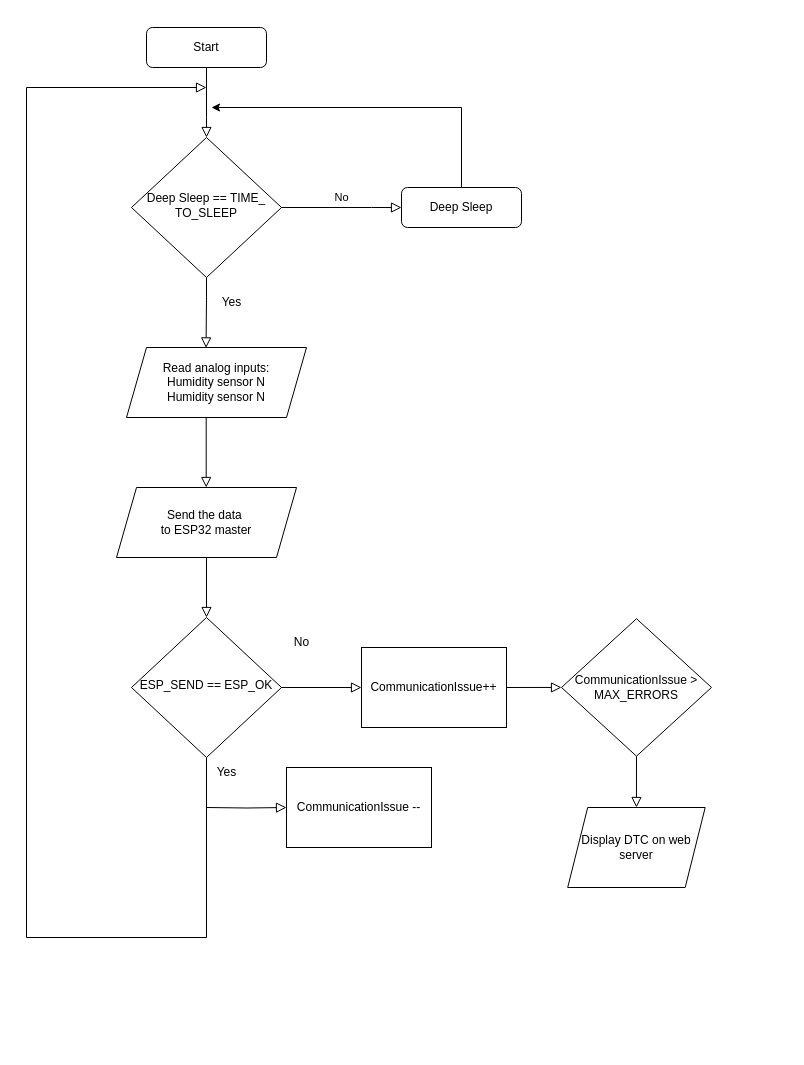
Earlier version of the draw.io diagram Diagrama sin título.drawio (Luisalva244/ProyectoIMTC). Source tidied: cells renumbered, new cells numbered last; positions are measured from the earlier drawing's top-left corner, leaving out a move shared by most shapes. Both pictures are drawn from the tidied source at 100%, with x=0, y=0 at pixel (26, 27).
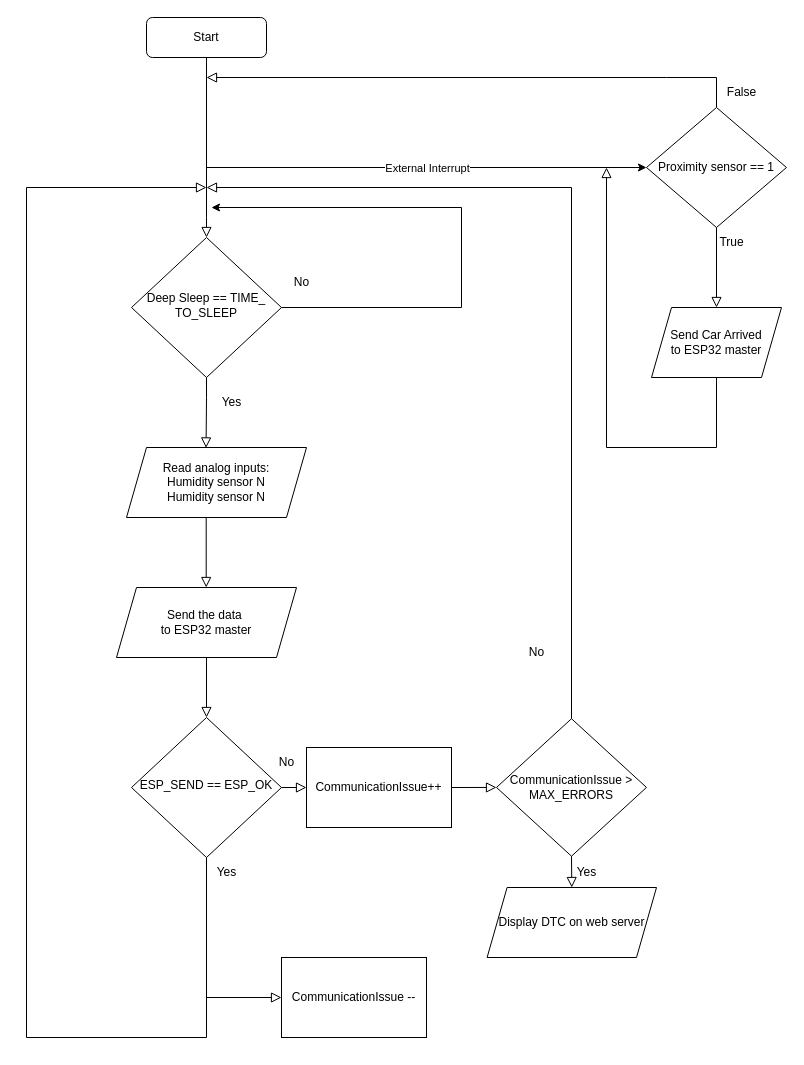
The same diagram, later.

What changed in the source:
```diff
@@
     <mxCell id="2" style="rounded=0;html=1;jettySize=auto;fontSize=11;endArrow=block;endFill=0;endSize=8;strokeWidth=1;shadow=0;labelBackgroundColor=none;edgeStyle=orthogonalEdgeStyle;" parent="1" edge="1" source="3" target="5">
       <mxGeometry relative="1" as="geometry">
         <Array as="points">
-          <mxPoint x="180" y="90" />
-          <mxPoint x="180" y="90" />
+          <mxPoint x="180" y="190" />
+          <mxPoint x="180" y="190" />
         </Array>
       </mxGeometry>
     </mxCell>
     <mxCell id="3" value="Start" style="rounded=1;whiteSpace=wrap;html=1;fontSize=12;glass=0;strokeWidth=1;shadow=0;" parent="1" vertex="1">
-      <mxGeometry x="120" width="120" height="40" as="geometry" />
+      <mxGeometry x="120" y="-10" width="120" height="40" as="geometry" />
     </mxCell>
-    <mxCell id="4" value="No" style="edgeStyle=orthogonalEdgeStyle;rounded=0;html=1;jettySize=auto;fontSize=11;endArrow=block;endFill=0;endSize=8;strokeWidth=1;shadow=0;labelBackgroundColor=none;" parent="1" edge="1" source="5" target="6">
-      <mxGeometry y="10" relative="1" as="geometry">
-        <Array as="points">
-          <mxPoint x="345" y="180" />
-          <mxPoint x="345" y="180" />
-        </Array>
-      </mxGeometry>
-    </mxCell>
     <mxCell id="5" value="Deep Sleep == TIME_&lt;div&gt;TO_SLEEP&lt;/div&gt;" style="rhombus;whiteSpace=wrap;html=1;shadow=0;fontFamily=Helvetica;fontSize=12;align=center;strokeWidth=1;spacing=6;spacingTop=-4;" parent="1" vertex="1">
-      <mxGeometry x="105" y="110" width="150" height="140" as="geometry" />
+      <mxGeometry x="105" y="210" width="150" height="140" as="geometry" />
     </mxCell>
-    <mxCell id="6" value="Deep Sleep" style="rounded=1;whiteSpace=wrap;html=1;fontSize=12;glass=0;strokeWidth=1;shadow=0;" parent="1" vertex="1">
-      <mxGeometry x="375" y="160" width="120" height="40" as="geometry" />
-    </mxCell>
     <mxCell id="7" value="&lt;div&gt;&lt;br&gt;&lt;/div&gt;Read analog inputs:&lt;div&gt;Humidity sensor N&lt;/div&gt;&lt;div&gt;Humidity sensor N&lt;/div&gt;&lt;div&gt;&lt;br&gt;&lt;/div&gt;" style="shape=parallelogram;perimeter=parallelogramPerimeter;whiteSpace=wrap;html=1;fixedSize=1;" parent="1" vertex="1">
-      <mxGeometry x="100" y="320" width="180" height="70" as="geometry" />
+      <mxGeometry x="100" y="420" width="180" height="70" as="geometry" />
     </mxCell>
-    <mxCell id="8" style="endArrow=none;html=1;rounded=0;exitX=0.5;exitY=0;exitDx=0;exitDy=0;" parent="1" edge="1" source="6">
+    <mxCell id="8" style="endArrow=none;html=1;rounded=0;exitX=1;exitY=0.5;exitDx=0;exitDy=0;" parent="1" edge="1" source="5">
       <mxGeometry relative="1" as="geometry">
-        <mxPoint x="435" y="80" as="targetPoint" />
+        <mxPoint x="435" y="180" as="targetPoint" />
+        <Array as="points">
+          <mxPoint x="435" y="280" />
+        </Array>
       </mxGeometry>
     </mxCell>
     <mxCell id="9" style="endArrow=classic;html=1;rounded=0;" parent="1" edge="1">
       <mxGeometry relative="1" as="geometry">
-        <mxPoint x="435" y="80" as="sourcePoint" />
-        <mxPoint x="185" y="80" as="targetPoint" />
+        <mxPoint x="435" y="180" as="sourcePoint" />
+        <mxPoint x="185" y="180" as="targetPoint" />
       </mxGeometry>
     </mxCell>
     <mxCell id="10" value="Send the data&amp;nbsp;&lt;div&gt;to ESP32 master&lt;/div&gt;" style="shape=parallelogram;perimeter=parallelogramPerimeter;whiteSpace=wrap;html=1;fixedSize=1;" parent="1" vertex="1">
-      <mxGeometry x="90" y="460" width="180" height="70" as="geometry" />
+      <mxGeometry x="90" y="560" width="180" height="70" as="geometry" />
     </mxCell>
     <mxCell id="11" value="ESP_SEND == ESP_OK" style="rhombus;whiteSpace=wrap;html=1;shadow=0;fontFamily=Helvetica;fontSize=12;align=center;strokeWidth=1;spacing=6;spacingTop=-4;" parent="1" vertex="1">
-      <mxGeometry x="105" y="590" width="150" height="140" as="geometry" />
+      <mxGeometry x="105" y="690" width="150" height="140" as="geometry" />
     </mxCell>
@@
     <mxCell id="13" style="rounded=0;html=1;jettySize=auto;fontSize=11;endArrow=block;endFill=0;endSize=8;strokeWidth=1;shadow=0;labelBackgroundColor=none;edgeStyle=orthogonalEdgeStyle;exitX=0.5;exitY=1;exitDx=0;exitDy=0;entryX=0.5;entryY=0;entryDx=0;entryDy=0;" parent="1" edge="1" source="7">
       <mxGeometry x="-0.72" y="25" relative="1" as="geometry">
-        <mxPoint x="179.7" y="460" as="targetPoint" />
+        <mxPoint x="179.7" y="560" as="targetPoint" />
         <Array as="points">
-          <mxPoint x="180" y="390" />
+          <mxPoint x="180" y="490" />
         </Array>
       </mxGeometry>
     </mxCell>
     <mxCell id="14" style="rounded=0;html=1;jettySize=auto;fontSize=11;endArrow=block;endFill=0;endSize=8;strokeWidth=1;shadow=0;labelBackgroundColor=none;edgeStyle=orthogonalEdgeStyle;entryX=0.442;entryY=0.006;entryDx=0;entryDy=0;exitX=0.5;exitY=1;exitDx=0;exitDy=0;entryPerimeter=0;" parent="1" edge="1" source="5" target="7">
       <mxGeometry x="-0.72" y="25" relative="1" as="geometry">
         <Array as="points">
-          <mxPoint x="180" y="270" />
-          <mxPoint x="180" y="270" />
+          <mxPoint x="180" y="370" />
+          <mxPoint x="180" y="370" />
         </Array>
       </mxGeometry>
     </mxCell>
     <mxCell id="15" value="Yes" style="text;html=1;align=center;verticalAlign=middle;strokeColor=none;fillColor=none;" parent="1" vertex="1">
-      <mxGeometry x="185" y="260" width="40" height="30" as="geometry" />
+      <mxGeometry x="185" y="360" width="40" height="30" as="geometry" />
     </mxCell>
     <mxCell id="16" style="rounded=0;html=1;jettySize=auto;fontSize=11;endArrow=block;endFill=0;endSize=8;strokeWidth=1;shadow=0;labelBackgroundColor=none;edgeStyle=orthogonalEdgeStyle;exitX=0.5;exitY=1;exitDx=0;exitDy=0;" parent="1" edge="1" source="11">
       <mxGeometry x="-0.72" y="25" relative="1" as="geometry">
-        <mxPoint x="180" y="60" as="targetPoint" />
+        <mxPoint x="180" y="160" as="targetPoint" />
         <Array as="points">
-          <mxPoint x="180" y="910" />
-          <mxPoint y="910" />
+          <mxPoint x="180" y="1010" />
+          <mxPoint y="1010" />
         </Array>
       </mxGeometry>
     </mxCell>
     <mxCell id="17" value="No" style="text;html=1;align=center;verticalAlign=middle;strokeColor=none;fillColor=none;" parent="1" vertex="1">
-      <mxGeometry x="255" y="600" width="40" height="30" as="geometry" />
+      <mxGeometry x="240" y="720" width="40" height="30" as="geometry" />
     </mxCell>
@@
     <mxCell id="19" value="CommunicationIssue++" style="rounded=0;whiteSpace=wrap;html=1;" parent="1" vertex="1">
-      <mxGeometry x="335" y="620" width="145" height="80" as="geometry" />
+      <mxGeometry x="280" y="720" width="145" height="80" as="geometry" />
     </mxCell>
@@
     <mxCell id="21" value="CommunicationIssue &amp;gt; MAX_ERRORS" style="rhombus;whiteSpace=wrap;html=1;" parent="1" vertex="1">
-      <mxGeometry x="535" y="591.2" width="150" height="137.5" as="geometry" />
+      <mxGeometry x="470" y="691.2" width="150" height="137.5" as="geometry" />
     </mxCell>
@@
     <mxCell id="23" value="Display DTC on web server" style="shape=parallelogram;perimeter=parallelogramPerimeter;whiteSpace=wrap;html=1;fixedSize=1;" parent="1" vertex="1">
-      <mxGeometry x="541.2" y="780" width="137.5" height="80" as="geometry" />
+      <mxGeometry x="460.6" y="860" width="169.4" height="70" as="geometry" />
     </mxCell>
     <mxCell id="24" value="Yes" style="text;html=1;align=center;verticalAlign=middle;strokeColor=none;fillColor=none;" parent="1" vertex="1">
-      <mxGeometry x="180" y="730" width="40" height="30" as="geometry" />
+      <mxGeometry x="180" y="830" width="40" height="30" as="geometry" />
     </mxCell>
     <mxCell id="25" style="rounded=0;html=1;jettySize=auto;fontSize=11;endArrow=block;endFill=0;endSize=8;strokeWidth=1;shadow=0;labelBackgroundColor=none;edgeStyle=orthogonalEdgeStyle;exitX=1;exitY=0.5;exitDx=0;exitDy=0;entryX=0;entryY=0.5;entryDx=0;entryDy=0;" parent="1" edge="1" target="26">
       <mxGeometry x="-0.72" y="25" relative="1" as="geometry">
-        <mxPoint x="180" y="780" as="sourcePoint" />
+        <mxPoint x="180" y="880" as="sourcePoint" />
+        <Array as="points">
+          <mxPoint x="180" y="970" />
+        </Array>
       </mxGeometry>
     </mxCell>
     <mxCell id="26" value="CommunicationIssue --" style="rounded=0;whiteSpace=wrap;html=1;" parent="1" vertex="1">
-      <mxGeometry x="260" y="740" width="145" height="80" as="geometry" />
+      <mxGeometry x="255" y="930" width="145" height="80" as="geometry" />
     </mxCell>
+    <mxCell id="27" value="No" style="text;html=1;align=center;verticalAlign=middle;strokeColor=none;fillColor=none;" parent="1" vertex="1">
+      <mxGeometry x="255" y="240" width="40" height="30" as="geometry" />
+    </mxCell>
+    <mxCell id="28" value="Yes" style="text;html=1;align=center;verticalAlign=middle;strokeColor=none;fillColor=none;" parent="1" vertex="1">
+      <mxGeometry x="540" y="830" width="40" height="30" as="geometry" />
+    </mxCell>
+    <mxCell id="29" value="No" style="text;html=1;align=center;verticalAlign=middle;strokeColor=none;fillColor=none;" parent="1" vertex="1">
+      <mxGeometry x="490" y="610" width="40" height="30" as="geometry" />
+    </mxCell>
+    <mxCell id="30" style="rounded=0;html=1;jettySize=auto;fontSize=11;endArrow=block;endFill=0;endSize=8;strokeWidth=1;shadow=0;labelBackgroundColor=none;edgeStyle=orthogonalEdgeStyle;exitX=0.5;exitY=0;exitDx=0;exitDy=0;" parent="1" edge="1" source="21">
+      <mxGeometry x="-0.72" y="25" relative="1" as="geometry">
+        <mxPoint x="180" y="160" as="targetPoint" />
+        <Array as="points">
+          <mxPoint x="545" y="160" />
+        </Array>
+      </mxGeometry>
+    </mxCell>
+    <mxCell id="31" style="endArrow=classic;html=1;rounded=0;entryX=0;entryY=0.5;entryDx=0;entryDy=0;entryPerimeter=0;" parent="1" edge="1" target="33">
+      <mxGeometry relative="1" as="geometry">
+        <mxPoint x="180" y="140" as="sourcePoint" />
+      </mxGeometry>
+    </mxCell>
+    <mxCell id="32" value="External Interrupt" style="edgeLabel;html=1;align=center;verticalAlign=middle;" parent="31" vertex="1">
+      <mxGeometry relative="1" as="geometry" />
+    </mxCell>
+    <mxCell id="33" value="Proximity sensor == 1" style="rhombus;whiteSpace=wrap;html=1;" parent="1" vertex="1">
+      <mxGeometry x="620" y="80" width="140" height="120" as="geometry" />
+    </mxCell>
+    <mxCell id="34" style="rounded=0;html=1;jettySize=auto;fontSize=11;endArrow=block;endFill=0;endSize=8;strokeWidth=1;shadow=0;labelBackgroundColor=none;edgeStyle=orthogonalEdgeStyle;exitX=0.5;exitY=0;exitDx=0;exitDy=0;" parent="1" edge="1" source="33">
+      <mxGeometry x="-0.72" y="25" relative="1" as="geometry">
+        <mxPoint x="180" y="50" as="targetPoint" />
+        <Array as="points">
+          <mxPoint x="640" y="50" />
+          <mxPoint x="461" y="50" />
+        </Array>
+      </mxGeometry>
+    </mxCell>
+    <mxCell id="35" value="False" style="text;html=1;align=center;verticalAlign=middle;strokeColor=none;fillColor=none;" parent="1" vertex="1">
+      <mxGeometry x="690" y="50" width="50" height="30" as="geometry" />
+    </mxCell>
+    <mxCell id="36" value="True" style="text;html=1;align=center;verticalAlign=middle;strokeColor=none;fillColor=none;" parent="1" vertex="1">
+      <mxGeometry x="680" y="200" width="50" height="30" as="geometry" />
+    </mxCell>
+    <mxCell id="37" value="Send Car Arrived&lt;div&gt;to ESP32 master&lt;/div&gt;" style="shape=parallelogram;perimeter=parallelogramPerimeter;whiteSpace=wrap;html=1;fixedSize=1;" parent="1" vertex="1">
+      <mxGeometry x="625" y="280" width="130" height="70" as="geometry" />
+    </mxCell>
+    <mxCell id="38" style="rounded=0;html=1;jettySize=auto;fontSize=11;endArrow=block;endFill=0;endSize=8;strokeWidth=1;shadow=0;labelBackgroundColor=none;edgeStyle=orthogonalEdgeStyle;exitX=0.5;exitY=1;exitDx=0;exitDy=0;entryX=0.5;entryY=0;entryDx=0;entryDy=0;" parent="1" edge="1" source="33" target="37">
+      <mxGeometry x="-0.72" y="25" relative="1" as="geometry" />
+    </mxCell>
+    <mxCell id="39" style="rounded=0;html=1;jettySize=auto;fontSize=11;endArrow=block;endFill=0;endSize=8;strokeWidth=1;shadow=0;labelBackgroundColor=none;edgeStyle=orthogonalEdgeStyle;exitX=0.5;exitY=1;exitDx=0;exitDy=0;" parent="1" edge="1" source="37">
+      <mxGeometry x="-0.72" y="25" relative="1" as="geometry">
+        <mxPoint x="580" y="140" as="targetPoint" />
+        <Array as="points">
+          <mxPoint x="690" y="420" />
+          <mxPoint x="580" y="420" />
+        </Array>
+      </mxGeometry>
+    </mxCell>
```
